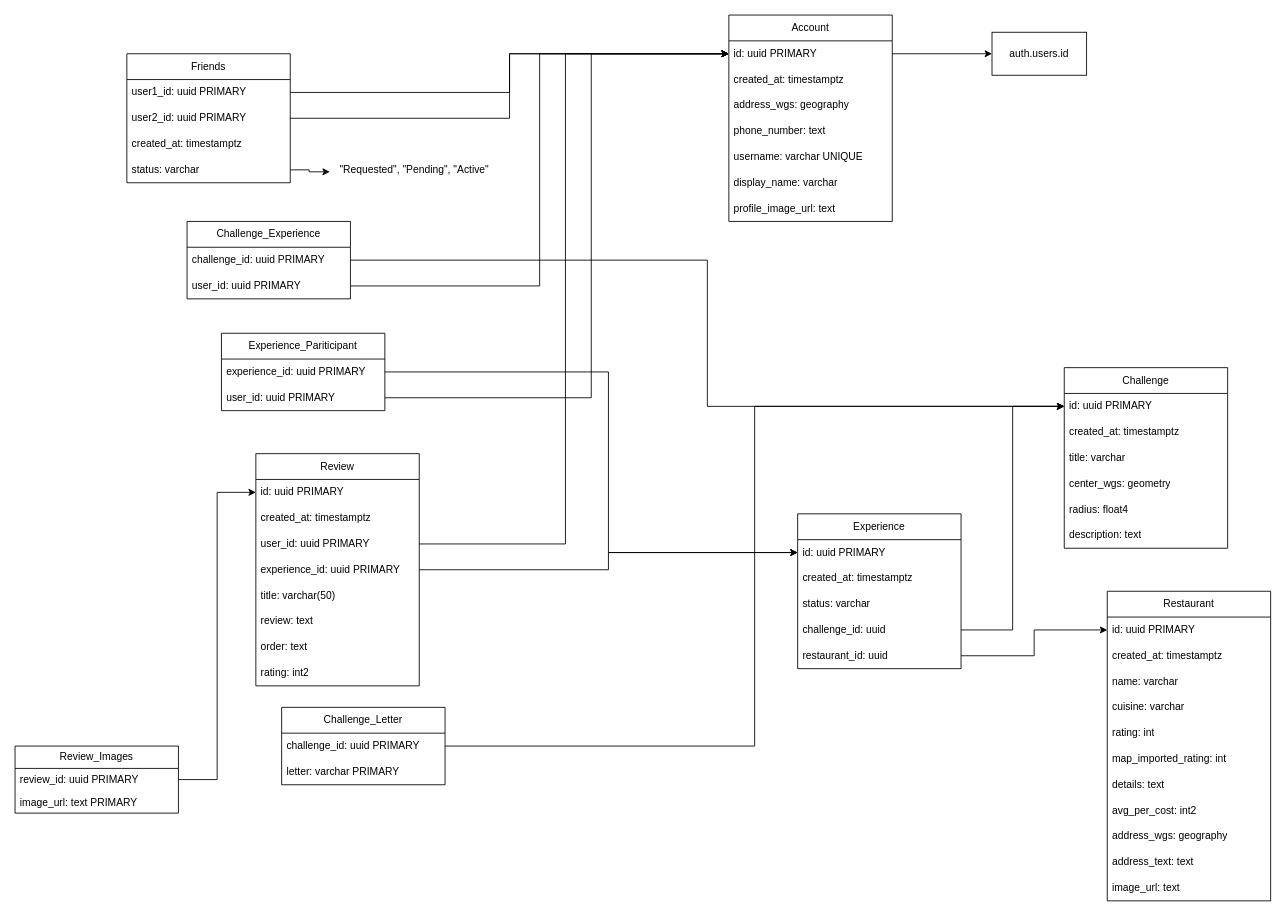
This is supabase_database_diagram.drawio from kbeaverson/Eat-the-Alphabet, a draw.io file, before an edit. Source tidied: cells renumbered, new cells numbered last; positions are measured from the earlier drawing's top-left corner, leaving out a move shared by most shapes. Both pictures are drawn from the tidied source at 86%, with x=0, y=0 at pixel (15, 15).
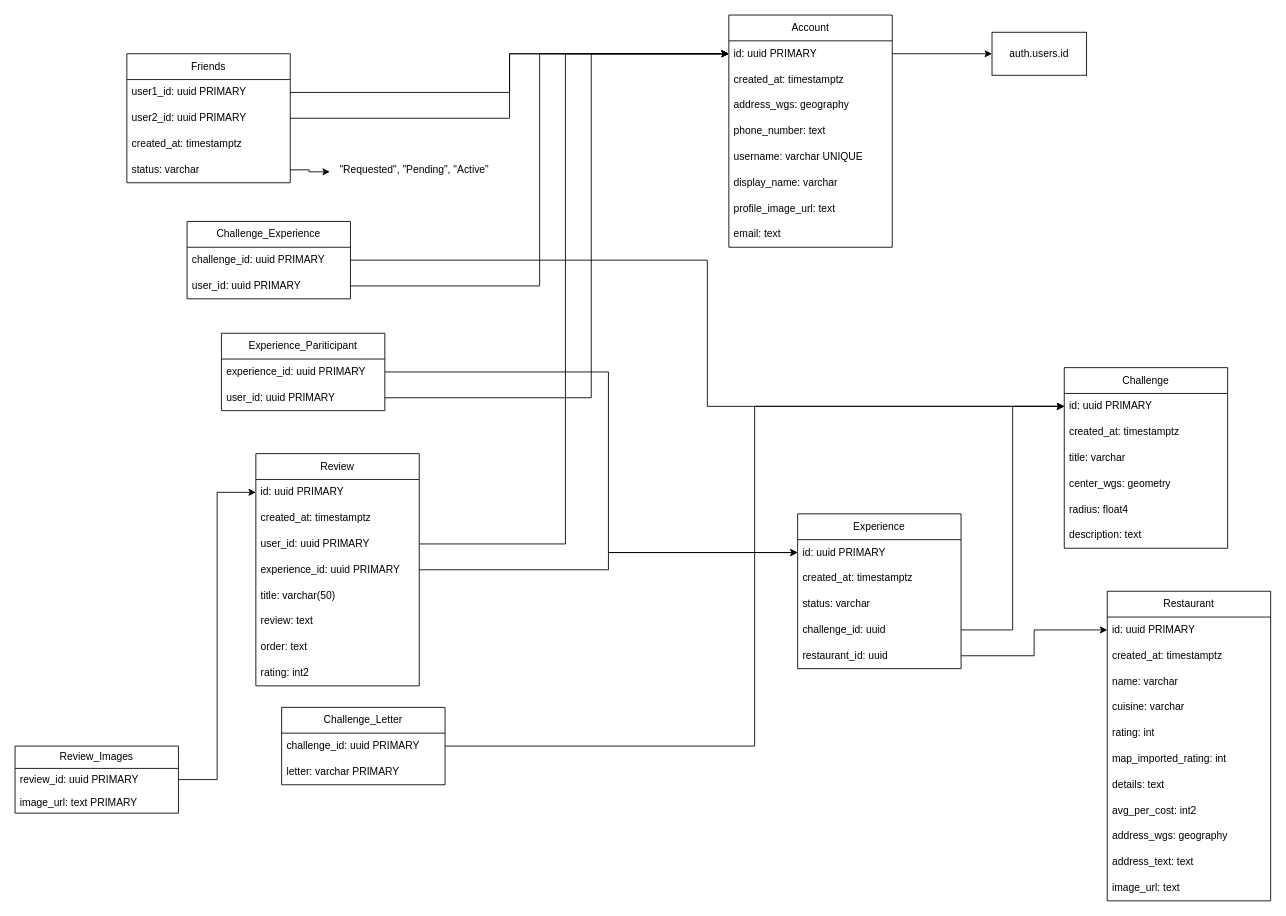
The same page after the edit.

Change to the diagram source:
```diff
@@
     <mxCell id="22" value="Account" style="swimlane;fontStyle=0;horizontal=1;startSize=30;whiteSpace=wrap;html=1;" parent="1" vertex="1">
-      <mxGeometry x="830" width="190" height="240" as="geometry" />
+      <mxGeometry x="830" width="190" height="270" as="geometry" />
     </mxCell>
@@
+    <mxCell id="77" value="email: text" style="text;strokeColor=none;fillColor=none;align=left;verticalAlign=middle;spacingLeft=4;spacingRight=4;overflow=hidden;whiteSpace=wrap;html=1;" parent="22" vertex="1">
+      <mxGeometry y="240" width="190" height="30" as="geometry" />
+    </mxCell>
```
